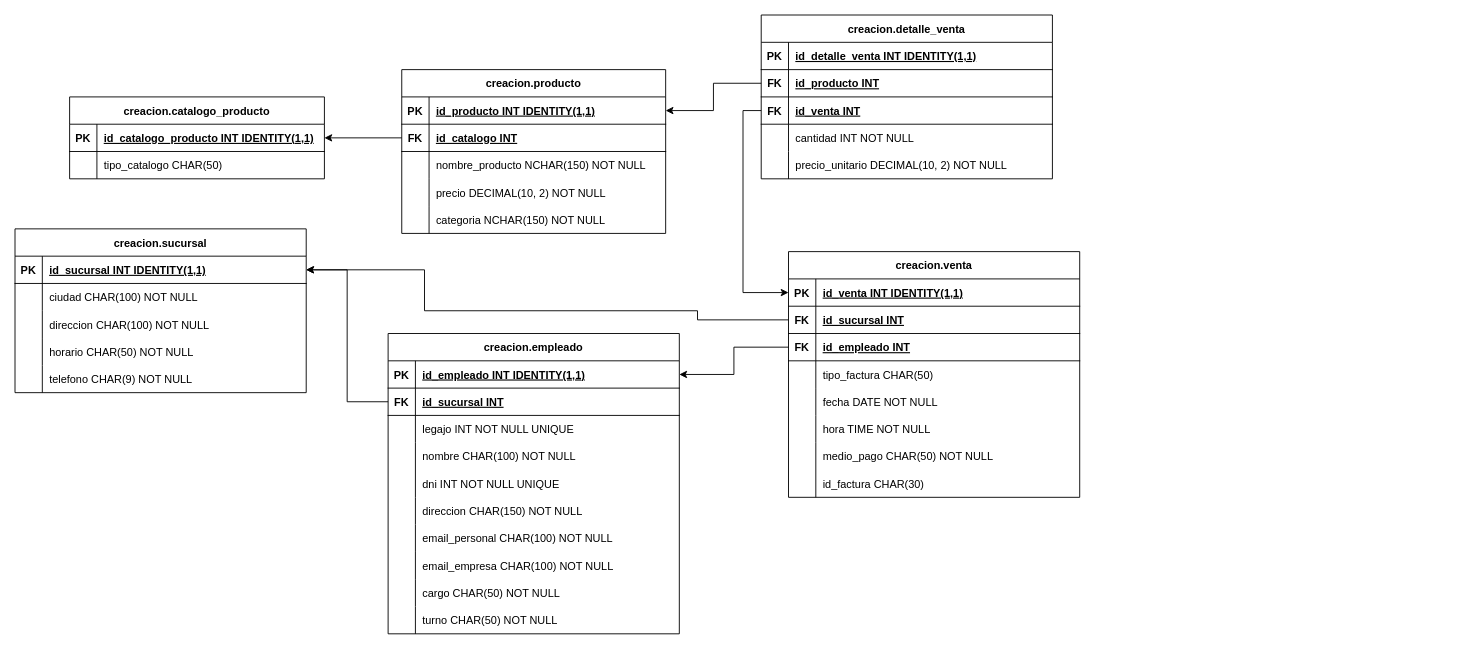
Earlier version of the draw.io diagram documentacion/DER.drawio (MatiMunar/TP-BBDDA_Grupo08). Source tidied: cells renumbered, new cells numbered last; positions are measured from the earlier drawing's top-left corner, leaving out a move shared by most shapes. Both pictures are drawn from the tidied source at 91%, with x=0, y=0 at pixel (15, 15).
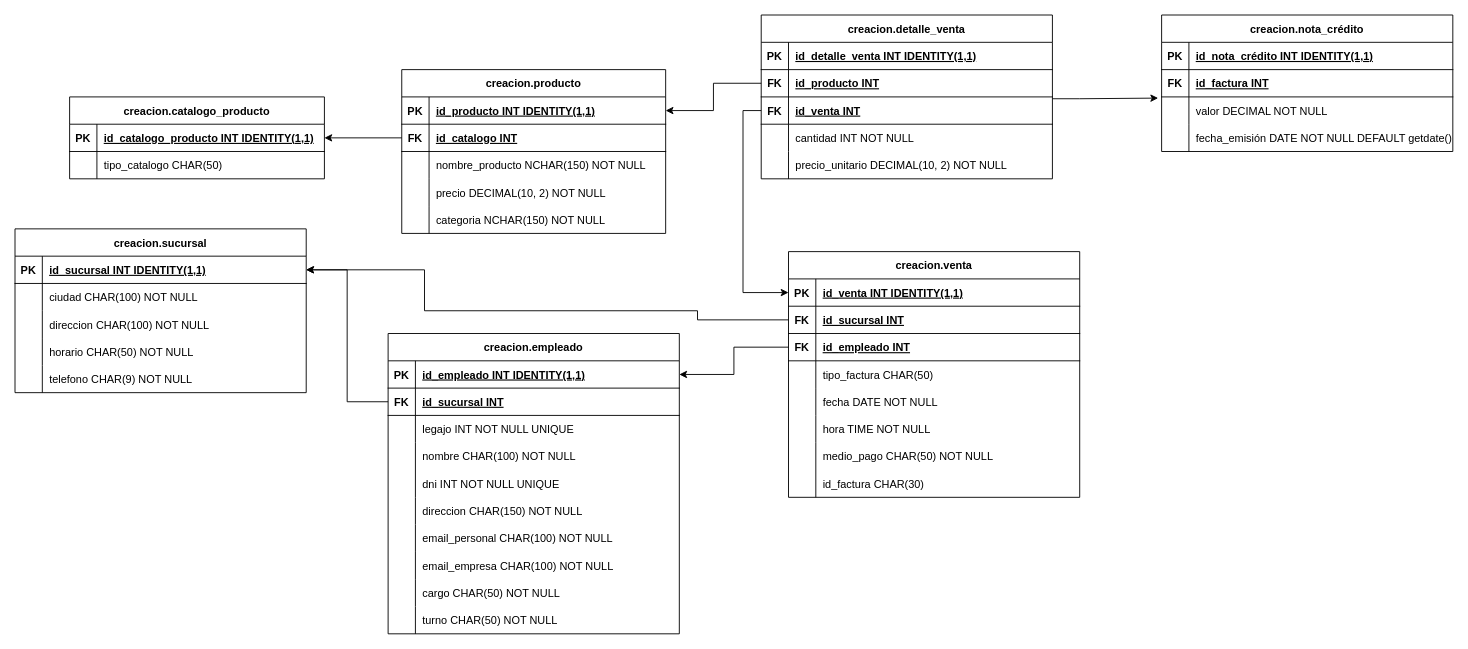
The same diagram, later.

Unchanged cells that the change refers to:
```xml
<mxCell id="97" value="creacion.detalle_venta" style="shape=table;startSize=30;childLayout=tableLayout;rowLines=0;fontStyle=1;align=center;" parent="1" vertex="1">
  <mxGeometry x="820" width="320" height="180" as="geometry" />
</mxCell>
```

The edit, as a diff of the source:
```diff
@@
+    <mxCell id="119" value="creacion.nota_crédito" style="shape=table;startSize=30;childLayout=tableLayout;rowLines=0;fontStyle=1;align=center;" parent="1" vertex="1">
+      <mxGeometry x="1260" width="320" height="150" as="geometry" />
+    </mxCell>
+    <mxCell id="120" style="shape=tableRow;horizontal=0;startSize=0;swimlaneHead=0;swimlaneBody=0;fillColor=none;strokeColor=inherit;top=0;left=0;right=0;bottom=1;" parent="119" vertex="1">
+      <mxGeometry y="30" width="320" height="30" as="geometry" />
+    </mxCell>
+    <mxCell id="121" value="PK" style="shape=partialRectangle;overflow=hidden;fillColor=none;strokeColor=inherit;top=0;left=0;bottom=0;right=0;fontStyle=1;" parent="120" vertex="1">
+      <mxGeometry width="30" height="30" as="geometry" />
+    </mxCell>
+    <mxCell id="122" value="id_nota_crédito INT  IDENTITY(1,1)" style="shape=partialRectangle;overflow=hidden;fillColor=none;align=left;strokeColor=inherit;top=0;left=0;bottom=0;right=0;spacingLeft=6;fontStyle=5;" parent="120" vertex="1">
+      <mxGeometry x="30" width="290" height="30" as="geometry" />
+    </mxCell>
+    <mxCell id="123" style="shape=tableRow;horizontal=0;startSize=0;swimlaneHead=0;swimlaneBody=0;fillColor=none;strokeColor=inherit;top=0;left=0;right=0;bottom=1;" parent="119" vertex="1">
+      <mxGeometry y="60" width="320" height="30" as="geometry" />
+    </mxCell>
+    <mxCell id="124" value="FK" style="shape=partialRectangle;overflow=hidden;fillColor=none;strokeColor=inherit;top=0;left=0;bottom=0;right=0;fontStyle=1;" parent="123" vertex="1">
+      <mxGeometry width="30" height="30" as="geometry" />
+    </mxCell>
+    <mxCell id="125" value="id_factura INT" style="shape=partialRectangle;overflow=hidden;fillColor=none;align=left;strokeColor=inherit;top=0;left=0;bottom=0;right=0;spacingLeft=6;fontStyle=5;" parent="123" vertex="1">
+      <mxGeometry x="30" width="290" height="30" as="geometry" />
+    </mxCell>
+    <mxCell id="126" style="shape=tableRow;horizontal=0;startSize=0;swimlaneHead=0;swimlaneBody=0;fillColor=none;strokeColor=inherit;top=0;left=0;right=0;bottom=0;" parent="119" vertex="1">
+      <mxGeometry y="90" width="320" height="30" as="geometry" />
+    </mxCell>
+    <mxCell id="127" style="shape=partialRectangle;overflow=hidden;fillColor=none;strokeColor=inherit;top=0;left=0;bottom=0;right=0;" parent="126" vertex="1">
+      <mxGeometry width="30" height="30" as="geometry" />
+    </mxCell>
+    <mxCell id="128" value="valor DECIMAL NOT NULL" style="shape=partialRectangle;overflow=hidden;fillColor=none;align=left;strokeColor=inherit;top=0;left=0;bottom=0;right=0;spacingLeft=6;" parent="126" vertex="1">
+      <mxGeometry x="30" width="290" height="30" as="geometry" />
+    </mxCell>
+    <mxCell id="129" style="shape=tableRow;horizontal=0;startSize=0;swimlaneHead=0;swimlaneBody=0;fillColor=none;strokeColor=inherit;top=0;left=0;right=0;bottom=0;" parent="119" vertex="1">
+      <mxGeometry y="120" width="320" height="30" as="geometry" />
+    </mxCell>
+    <mxCell id="130" style="shape=partialRectangle;overflow=hidden;fillColor=none;strokeColor=inherit;top=0;left=0;bottom=0;right=0;" parent="129" vertex="1">
+      <mxGeometry width="30" height="30" as="geometry" />
+    </mxCell>
+    <mxCell id="131" value="fecha_emisión DATE NOT NULL DEFAULT getdate()" style="shape=partialRectangle;overflow=hidden;fillColor=none;align=left;strokeColor=inherit;top=0;left=0;bottom=0;right=0;spacingLeft=6;" parent="129" vertex="1">
+      <mxGeometry x="30" width="290" height="30" as="geometry" />
+    </mxCell>
+    <mxCell id="132" style="edgeStyle=orthogonalEdgeStyle;rounded=0;jettySize=auto;html=1;entryX=-0.012;entryY=0.067;entryDx=0;entryDy=0;entryPerimeter=0;" parent="1" edge="1" source="97">
+      <mxGeometry relative="1" as="geometry">
+        <mxPoint x="1256.2" y="91.3" as="targetPoint" />
+        <Array as="points">
+          <mxPoint x="1170" y="92" />
+          <mxPoint x="1170" y="92" />
+        </Array>
+      </mxGeometry>
+    </mxCell>
```
